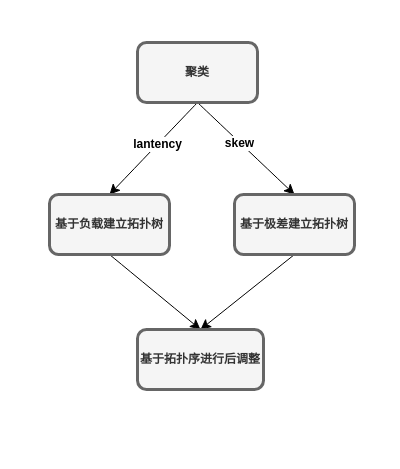
hyw-num/alg keeps this draw.io diagram as netFlow.drawio. Above is the earlier version. Source tidied: cells renumbered, new cells numbered last; positions are measured from the earlier drawing's top-left corner, leaving out a move shared by most shapes. Both pictures are drawn from the tidied source at 100%, with x=0, y=0 at pixel (49, 42).
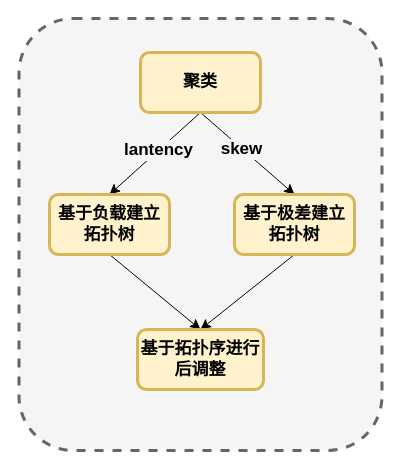
The same diagram, later.

Change to the diagram source:
```diff
@@
 <mxGraphModel>
   <root>
     <mxCell id="0" />
     <mxCell id="1" parent="0" />
+    <mxCell id="12" style="rounded=1;whiteSpace=wrap;html=1;strokeWidth=3;fillColor=#f5f5f5;strokeColor=#666666;dashed=1;fontColor=#333333;fontSize=17;" parent="1" vertex="1">
+      <mxGeometry x="-30.5" y="-24" width="363" height="432" as="geometry" />
+    </mxCell>
-    <mxCell id="2" style="edgeStyle=none;curved=1;rounded=0;jettySize=auto;html=1;exitX=0.5;exitY=1;exitDx=0;exitDy=0;entryX=0.5;entryY=0;entryDx=0;entryDy=0;fontSize=12;startSize=8;endSize=8;fontFamily=宋体;fontStyle=1;" parent="1" edge="1" source="6" target="8">
+    <mxCell id="2" style="edgeStyle=none;curved=1;rounded=0;jettySize=auto;html=1;exitX=0.5;exitY=1;exitDx=0;exitDy=0;entryX=0.5;entryY=0;entryDx=0;entryDy=0;fontSize=17;startSize=8;endSize=8;fontFamily=宋体;fontStyle=1;" parent="1" edge="1" source="6" target="8">
       <mxGeometry relative="1" as="geometry" />
     </mxCell>
-    <mxCell id="3" value="lantency" style="edgeLabel;html=1;align=center;verticalAlign=middle;fontSize=12;fontFamily=宋体;fontStyle=1;" parent="2" vertex="1">
+    <mxCell id="3" value="lantency" style="edgeLabel;html=1;align=center;verticalAlign=middle;fontSize=17;fontFamily=宋体;fontStyle=1;labelBackgroundColor=#F5F5F5;" parent="2" vertex="1">
       <mxGeometry x="-0.07" relative="1" as="geometry">
         <mxPoint y="-1" as="offset" />
       </mxGeometry>
     </mxCell>
-    <mxCell id="4" style="edgeStyle=none;curved=1;rounded=0;jettySize=auto;html=1;exitX=0.5;exitY=1;exitDx=0;exitDy=0;entryX=0.5;entryY=0;entryDx=0;entryDy=0;fontSize=12;startSize=8;endSize=8;fontFamily=宋体;fontStyle=1;" parent="1" edge="1" source="6" target="10">
+    <mxCell id="4" style="edgeStyle=none;curved=1;rounded=0;jettySize=auto;html=1;exitX=0.5;exitY=1;exitDx=0;exitDy=0;entryX=0.5;entryY=0;entryDx=0;entryDy=0;fontSize=17;startSize=8;endSize=8;fontFamily=宋体;fontStyle=1;" parent="1" edge="1" source="6" target="10">
       <mxGeometry relative="1" as="geometry" />
     </mxCell>
-    <mxCell id="5" value="skew" style="edgeLabel;html=1;align=center;verticalAlign=middle;fontSize=12;fontFamily=宋体;fontStyle=1;" parent="4" vertex="1">
+    <mxCell id="5" value="skew" style="edgeLabel;html=1;align=center;verticalAlign=middle;fontSize=17;fontFamily=宋体;fontStyle=1;labelBackgroundColor=#F5F5F5;" parent="4" vertex="1">
       <mxGeometry x="-0.13" y="-1" relative="1" as="geometry" />
     </mxCell>
-    <mxCell id="6" value="聚类" style="rounded=1;whiteSpace=wrap;html=1;fontFamily=宋体;fontStyle=1;fillColor=#f5f5f5;fontColor=#333333;strokeColor=#666666;strokeWidth=3;" parent="1" vertex="1">
-      <mxGeometry x="88" width="120" height="60" as="geometry" />
+    <mxCell id="6" value="聚类" style="rounded=1;whiteSpace=wrap;html=1;fontFamily=宋体;fontStyle=1;fillColor=#fff2cc;strokeColor=#d6b656;strokeWidth=3;fontSize=17;" parent="1" vertex="1">
+      <mxGeometry x="91" y="10" width="120" height="60" as="geometry" />
     </mxCell>
-    <mxCell id="7" style="edgeStyle=none;curved=1;rounded=0;jettySize=auto;html=1;exitX=0.5;exitY=1;exitDx=0;exitDy=0;entryX=0.5;entryY=0;entryDx=0;entryDy=0;fontSize=12;startSize=8;endSize=8;" parent="1" edge="1" source="8" target="11">
+    <mxCell id="7" style="edgeStyle=none;curved=1;rounded=0;jettySize=auto;html=1;exitX=0.5;exitY=1;exitDx=0;exitDy=0;entryX=0.5;entryY=0;entryDx=0;entryDy=0;fontSize=17;startSize=8;endSize=8;" parent="1" edge="1" source="8" target="11">
       <mxGeometry relative="1" as="geometry" />
     </mxCell>
-    <mxCell id="8" value="基于负载建立拓扑树" style="rounded=1;whiteSpace=wrap;html=1;fontFamily=宋体;fontStyle=1;strokeWidth=3;fillColor=#f5f5f5;fontColor=#333333;strokeColor=#666666;" parent="1" vertex="1">
+    <mxCell id="8" value="基于负载建立拓扑树" style="rounded=1;whiteSpace=wrap;html=1;fontFamily=宋体;fontStyle=1;strokeWidth=3;fillColor=#fff2cc;strokeColor=#d6b656;fontSize=17;" parent="1" vertex="1">
       <mxGeometry y="152" width="120" height="60" as="geometry" />
     </mxCell>
-    <mxCell id="9" style="edgeStyle=none;curved=1;rounded=0;jettySize=auto;html=1;exitX=0.5;exitY=1;exitDx=0;exitDy=0;fontSize=12;startSize=8;endSize=8;entryX=0.5;entryY=0;entryDx=0;entryDy=0;" parent="1" edge="1" source="10" target="11">
+    <mxCell id="9" style="edgeStyle=none;curved=1;rounded=0;jettySize=auto;html=1;exitX=0.5;exitY=1;exitDx=0;exitDy=0;fontSize=17;startSize=8;endSize=8;entryX=0.5;entryY=0;entryDx=0;entryDy=0;" parent="1" edge="1" source="10" target="11">
       <mxGeometry relative="1" as="geometry" />
     </mxCell>
-    <mxCell id="10" value="基于极差建立拓扑树" style="rounded=1;whiteSpace=wrap;html=1;fontFamily=宋体;fontStyle=1;strokeWidth=3;fillColor=#f5f5f5;fontColor=#333333;strokeColor=#666666;" parent="1" vertex="1">
+    <mxCell id="10" value="基于极差建立拓扑树" style="rounded=1;whiteSpace=wrap;html=1;fontFamily=宋体;fontStyle=1;strokeWidth=3;fillColor=#fff2cc;strokeColor=#d6b656;fontSize=17;" parent="1" vertex="1">
       <mxGeometry x="185" y="152" width="120" height="60" as="geometry" />
     </mxCell>
-    <mxCell id="11" value="基于拓扑序进行后调整" style="rounded=1;whiteSpace=wrap;html=1;fontFamily=宋体;fontStyle=1;fillColor=#f5f5f5;fontColor=#333333;strokeColor=#666666;strokeWidth=3;" parent="1" vertex="1">
+    <mxCell id="11" value="基于拓扑序进行后调整" style="rounded=1;whiteSpace=wrap;html=1;fontFamily=宋体;fontStyle=1;fillColor=#fff2cc;strokeColor=#d6b656;strokeWidth=3;fontSize=17;" parent="1" vertex="1">
       <mxGeometry x="88" y="287" width="126" height="60" as="geometry" />
     </mxCell>
   </root>
 </mxGraphModel>
```
